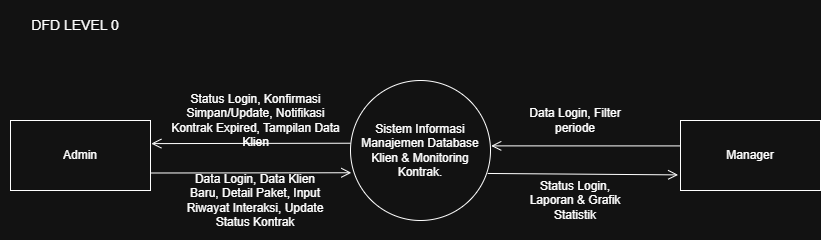
Above: assets/DFDLevel0.png in farrelpirade/SistemDatabaseKlien_Kelompok11_IMPAL06 (draw.io), before the change. Source tidied: cells renumbered, new cells last; positions are measured from the earlier drawing's top-left corner, leaving out a move shared by most shapes.
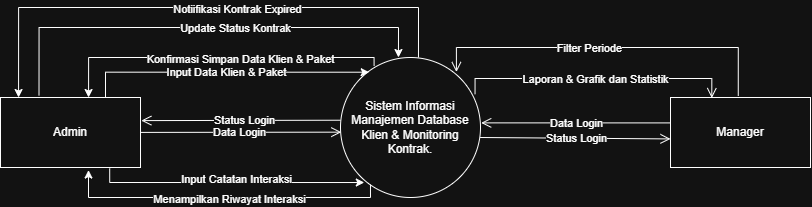
Later version of the same file.

Commit message:
Revised DFD Level 0

What changed in the source:
```diff
@@ -11,32 +11,135 @@
     <mxCell id="4" value="Manager" style="html=1;whiteSpace=wrap;fontSize=12;" parent="1" vertex="1">
       <mxGeometry x="680" y="120" width="140" height="70" as="geometry" />
     </mxCell>
-    <mxCell id="5" style="endArrow=open;startArrow=none;endFill=0;startFill=0;endSize=8;html=1;verticalAlign=bottom;labelBackgroundColor=none;strokeWidth=1;rounded=0;exitX=1;exitY=0.75;exitDx=0;exitDy=0;entryX=0.006;entryY=0.659;entryDx=0;entryDy=0;entryPerimeter=0;fontSize=12;" parent="1" edge="1" source="2" target="3">
-      <mxGeometry relative="1" as="geometry" />
+    <mxCell id="5" style="endArrow=open;startArrow=none;endFill=0;startFill=0;endSize=8;html=1;verticalAlign=bottom;labelBackgroundColor=none;strokeWidth=1;rounded=0;exitX=1;exitY=0.75;exitDx=0;exitDy=0;entryX=0.006;entryY=0.659;entryDx=0;entryDy=0;entryPerimeter=0;fontSize=12;" parent="1" edge="1">
+      <mxGeometry relative="1" as="geometry">
+        <mxPoint x="150" y="154.9" as="sourcePoint" />
+        <mxPoint x="350.8" y="154.7" as="targetPoint" />
+      </mxGeometry>
     </mxCell>
-    <mxCell id="6" style="endArrow=open;startArrow=none;endFill=0;startFill=0;endSize=8;html=1;verticalAlign=bottom;labelBackgroundColor=none;strokeWidth=1;rounded=0;exitX=0;exitY=0.448;exitDx=0;exitDy=0;entryX=1.006;entryY=0.33;entryDx=0;entryDy=0;entryPerimeter=0;exitPerimeter=0;fontSize=12;" parent="1" edge="1" source="3" target="2">
-      <mxGeometry relative="1" as="geometry" />
+    <mxCell id="6" value="Data Login" style="edgeLabel;html=1;align=center;verticalAlign=middle;" parent="5" vertex="1">
+      <mxGeometry x="-0.01" relative="1" as="geometry" />
     </mxCell>
-    <mxCell id="7" value="&lt;span&gt;&lt;b&gt;&lt;/b&gt;&lt;/span&gt;&lt;span&gt;&lt;font&gt;Data Login, Data Klien Baru, Detail Paket, Input Riwayat Interaksi, Update Status Kontrak&lt;/font&gt;&lt;/span&gt;" style="text;html=1;whiteSpace=wrap;strokeColor=none;fillColor=none;align=center;verticalAlign=middle;rounded=0;fontSize=12;" parent="1" vertex="1">
-      <mxGeometry x="180" y="160" width="150" height="80" as="geometry" />
+    <mxCell id="7" style="endArrow=open;startArrow=none;endFill=0;startFill=0;endSize=8;html=1;verticalAlign=bottom;labelBackgroundColor=none;strokeWidth=1;rounded=0;exitX=0;exitY=0.448;exitDx=0;exitDy=0;entryX=1.006;entryY=0.33;entryDx=0;entryDy=0;entryPerimeter=0;exitPerimeter=0;fontSize=12;" parent="1" edge="1" source="3" target="2">
+      <mxGeometry relative="1" as="geometry" />
     </mxCell>
-    <mxCell id="8" value="&lt;font&gt;Status Login, Konfirmasi Simpan/Update, Notifikasi Kontrak Expired, Tampilan Data Klien&lt;/font&gt;" style="text;html=1;whiteSpace=wrap;strokeColor=none;fillColor=none;align=center;verticalAlign=middle;rounded=0;fontSize=12;" parent="1" vertex="1">
-      <mxGeometry x="167.5" y="100" width="175" height="40" as="geometry" />
+    <mxCell id="8" value="Status Login" style="edgeLabel;html=1;align=center;verticalAlign=middle;" parent="7" vertex="1">
+      <mxGeometry x="-0.03" relative="1" as="geometry" />
     </mxCell>
-    <mxCell id="9" style="endArrow=open;startArrow=none;endFill=0;startFill=0;endSize=8;html=1;verticalAlign=bottom;labelBackgroundColor=none;strokeWidth=1;rounded=0;exitX=0.98;exitY=0.664;exitDx=0;exitDy=0;entryX=-0.017;entryY=0.777;entryDx=0;entryDy=0;exitPerimeter=0;entryPerimeter=0;fontSize=12;" parent="1" edge="1" source="3" target="4">
-      <mxGeometry relative="1" as="geometry" />
+    <mxCell id="9" style="endArrow=open;startArrow=none;endFill=0;startFill=0;endSize=8;html=1;verticalAlign=bottom;labelBackgroundColor=none;strokeWidth=1;rounded=0;exitX=0.98;exitY=0.664;exitDx=0;exitDy=0;entryX=-0.017;entryY=0.777;entryDx=0;entryDy=0;exitPerimeter=0;entryPerimeter=0;fontSize=12;" parent="1" edge="1">
+      <mxGeometry relative="1" as="geometry">
+        <mxPoint x="489.6" y="160" as="sourcePoint" />
+        <mxPoint x="680" y="161.4" as="targetPoint" />
+      </mxGeometry>
     </mxCell>
-    <mxCell id="10" style="endArrow=open;startArrow=none;endFill=0;startFill=0;endSize=8;html=1;verticalAlign=bottom;labelBackgroundColor=none;strokeWidth=1;rounded=0;exitX=0;exitY=0.363;exitDx=0;exitDy=0;exitPerimeter=0;entryX=1.005;entryY=0.467;entryDx=0;entryDy=0;entryPerimeter=0;fontSize=12;" parent="1" edge="1" source="4" target="3">
-      <mxGeometry relative="1" as="geometry" />
+    <mxCell id="10" value="Status Login" style="edgeLabel;html=1;align=center;verticalAlign=middle;" parent="9" vertex="1">
+      <mxGeometry y="-1" relative="1" as="geometry">
+        <mxPoint y="-1" as="offset" />
+      </mxGeometry>
     </mxCell>
-    <mxCell id="11" value="&lt;font&gt;Data Login, Filter periode&lt;/font&gt;" style="text;html=1;whiteSpace=wrap;strokeColor=none;fillColor=none;align=center;verticalAlign=middle;rounded=0;fontSize=12;" parent="1" vertex="1">
-      <mxGeometry x="520" y="105" width="110" height="30" as="geometry" />
+    <mxCell id="11" style="endArrow=open;startArrow=none;endFill=0;startFill=0;endSize=8;html=1;verticalAlign=bottom;labelBackgroundColor=none;strokeWidth=1;rounded=0;exitX=0;exitY=0.363;exitDx=0;exitDy=0;exitPerimeter=0;entryX=1.005;entryY=0.467;entryDx=0;entryDy=0;entryPerimeter=0;fontSize=12;" parent="1" edge="1" source="4" target="3">
+      <mxGeometry relative="1" as="geometry" />
     </mxCell>
-    <mxCell id="12" value="&lt;font&gt;Status Login, Laporan &amp;amp; Grafik Statistik&lt;/font&gt;" style="text;html=1;whiteSpace=wrap;strokeColor=none;fillColor=none;align=center;verticalAlign=middle;rounded=0;fontSize=12;" parent="1" vertex="1">
-      <mxGeometry x="520" y="185" width="110" height="30" as="geometry" />
+    <mxCell id="12" value="Data Login" style="edgeLabel;html=1;align=center;verticalAlign=middle;" parent="11" vertex="1">
+      <mxGeometry x="-0.48" y="1" relative="1" as="geometry">
+        <mxPoint x="-46" y="-1" as="offset" />
+      </mxGeometry>
     </mxCell>
-    <mxCell id="13" value="&lt;font&gt;DFD LEVEL 0&lt;/font&gt;" style="text;html=1;whiteSpace=wrap;strokeColor=none;fillColor=none;align=center;verticalAlign=middle;rounded=0;fontSize=14;" parent="1" vertex="1">
-      <mxGeometry width="150" height="50" as="geometry" />
+    <mxCell id="13" style="endArrow=classic;html=1;rounded=0;entryX=0.629;entryY=0;entryDx=0;entryDy=0;exitX=0.24;exitY=0.059;exitDx=0;exitDy=0;edgeStyle=orthogonalEdgeStyle;entryPerimeter=0;exitPerimeter=0;" parent="1" edge="1" source="3" target="2">
+      <mxGeometry relative="1" as="geometry">
+        <Array as="points">
+          <mxPoint x="384" y="80" />
+          <mxPoint x="98" y="80" />
+        </Array>
+      </mxGeometry>
     </mxCell>
+    <mxCell id="14" value="Konfirmasi Simpan Data Klien &amp;amp; Paket" style="edgeLabel;html=1;align=center;verticalAlign=middle;" parent="13" vertex="1">
+      <mxGeometry x="-0.15" y="1" relative="1" as="geometry" />
+    </mxCell>
+    <mxCell id="15" style="endArrow=classic;html=1;rounded=0;entryX=0.205;entryY=0.085;entryDx=0;entryDy=0;edgeStyle=orthogonalEdgeStyle;entryPerimeter=0;exitX=0.75;exitY=0;exitDx=0;exitDy=0;" parent="1" edge="1" source="2">
+      <mxGeometry relative="1" as="geometry">
+        <mxPoint x="378.7" y="94.7" as="targetPoint" />
+        <Array as="points">
+          <mxPoint x="115" y="95" />
+        </Array>
+      </mxGeometry>
+    </mxCell>
+    <mxCell id="16" value="Input Data Klien &amp;amp; Paket" style="edgeLabel;html=1;align=center;verticalAlign=middle;" parent="15" vertex="1">
+      <mxGeometry x="0.01" relative="1" as="geometry" />
+    </mxCell>
+    <mxCell id="17" style="endArrow=classic;html=1;rounded=0;entryX=0.634;entryY=1.037;entryDx=0;entryDy=0;entryPerimeter=0;exitX=0.214;exitY=0.907;exitDx=0;exitDy=0;exitPerimeter=0;edgeStyle=orthogonalEdgeStyle;" parent="1" edge="1" source="3" target="2">
+      <mxGeometry relative="1" as="geometry">
+        <Array as="points">
+          <mxPoint x="380" y="220" />
+          <mxPoint x="98" y="220" />
+          <mxPoint x="98" y="193" />
+        </Array>
+      </mxGeometry>
+    </mxCell>
+    <mxCell id="18" value="Menampilkan Riwayat Interaksi" style="edgeLabel;html=1;align=center;verticalAlign=middle;" parent="17" vertex="1">
+      <mxGeometry x="-0.04" y="1" relative="1" as="geometry" />
+    </mxCell>
+    <mxCell id="19" style="endArrow=classic;html=1;rounded=0;entryX=0.17;entryY=0.893;entryDx=0;entryDy=0;edgeStyle=orthogonalEdgeStyle;entryPerimeter=0;exitX=0.78;exitY=1.013;exitDx=0;exitDy=0;exitPerimeter=0;" parent="1" edge="1" source="2" target="3">
+      <mxGeometry relative="1" as="geometry">
+        <Array as="points">
+          <mxPoint x="119" y="205" />
+        </Array>
+      </mxGeometry>
+    </mxCell>
+    <mxCell id="20" value="Input Catatan Interaksi" style="edgeLabel;html=1;align=center;verticalAlign=middle;" parent="19" vertex="1">
+      <mxGeometry x="-0.17" y="3" relative="1" as="geometry">
+        <mxPoint x="29" y="-1" as="offset" />
+      </mxGeometry>
+    </mxCell>
+    <mxCell id="21" style="endArrow=classic;html=1;rounded=0;entryX=0.414;entryY=0;entryDx=0;entryDy=0;edgeStyle=orthogonalEdgeStyle;entryPerimeter=0;exitX=0.275;exitY=-0.031;exitDx=0;exitDy=0;exitPerimeter=0;" parent="1" edge="1" source="2" target="3">
+      <mxGeometry relative="1" as="geometry">
+        <Array as="points">
+          <mxPoint x="49" y="50" />
+          <mxPoint x="408" y="50" />
+        </Array>
+      </mxGeometry>
+    </mxCell>
+    <mxCell id="22" value="Update Status Kontrak" style="edgeLabel;html=1;align=center;verticalAlign=middle;" parent="21" vertex="1">
+      <mxGeometry x="0.01" relative="1" as="geometry">
+        <mxPoint x="34" as="offset" />
+      </mxGeometry>
+    </mxCell>
+    <mxCell id="23" style="endArrow=classic;html=1;rounded=0;exitX=0.557;exitY=0;exitDx=0;exitDy=0;edgeStyle=orthogonalEdgeStyle;exitPerimeter=0;entryX=0.129;entryY=0;entryDx=0;entryDy=0;entryPerimeter=0;" parent="1" edge="1" source="3" target="2">
+      <mxGeometry relative="1" as="geometry">
+        <Array as="points">
+          <mxPoint x="428" y="30" />
+          <mxPoint x="28" y="30" />
+        </Array>
+      </mxGeometry>
+    </mxCell>
+    <mxCell id="24" value="Notiifikasi Kontrak Expired" style="edgeLabel;html=1;align=center;verticalAlign=middle;" parent="23" vertex="1">
+      <mxGeometry x="-0.15" y="1" relative="1" as="geometry" />
+    </mxCell>
+    <mxCell id="25" style="endArrow=open;startArrow=none;endFill=0;startFill=0;endSize=8;html=1;verticalAlign=bottom;labelBackgroundColor=none;strokeWidth=1;rounded=0;exitX=0.961;exitY=0.262;exitDx=0;exitDy=0;entryX=0.295;entryY=0.008;entryDx=0;entryDy=0;exitPerimeter=0;entryPerimeter=0;fontSize=12;edgeStyle=orthogonalEdgeStyle;" parent="1" edge="1" source="3" target="4">
+      <mxGeometry relative="1" as="geometry">
+        <Array as="points">
+          <mxPoint x="484" y="101" />
+          <mxPoint x="721" y="101" />
+        </Array>
+      </mxGeometry>
+    </mxCell>
+    <mxCell id="26" value="Laporan &amp;amp; Grafik dan Statistik" style="edgeLabel;html=1;align=center;verticalAlign=middle;" parent="25" vertex="1">
+      <mxGeometry y="-1" relative="1" as="geometry">
+        <mxPoint y="-1" as="offset" />
+      </mxGeometry>
+    </mxCell>
+    <mxCell id="27" style="endArrow=open;startArrow=none;endFill=0;startFill=0;endSize=8;html=1;verticalAlign=bottom;labelBackgroundColor=none;strokeWidth=1;rounded=0;exitX=0.484;exitY=-0.023;exitDx=0;exitDy=0;exitPerimeter=0;entryX=0.828;entryY=0.104;entryDx=0;entryDy=0;entryPerimeter=0;fontSize=12;edgeStyle=orthogonalEdgeStyle;" parent="1" edge="1" source="4" target="3">
+      <mxGeometry relative="1" as="geometry">
+        <Array as="points">
+          <mxPoint x="748" y="70" />
+          <mxPoint x="466" y="70" />
+        </Array>
+      </mxGeometry>
+    </mxCell>
+    <mxCell id="28" value="Filter Periode" style="edgeLabel;html=1;align=center;verticalAlign=middle;" parent="27" vertex="1">
+      <mxGeometry x="-0.48" y="1" relative="1" as="geometry">
+        <mxPoint x="-106" y="-1" as="offset" />
+      </mxGeometry>
+    </mxCell>
   </root>
 </mxGraphModel>
```
